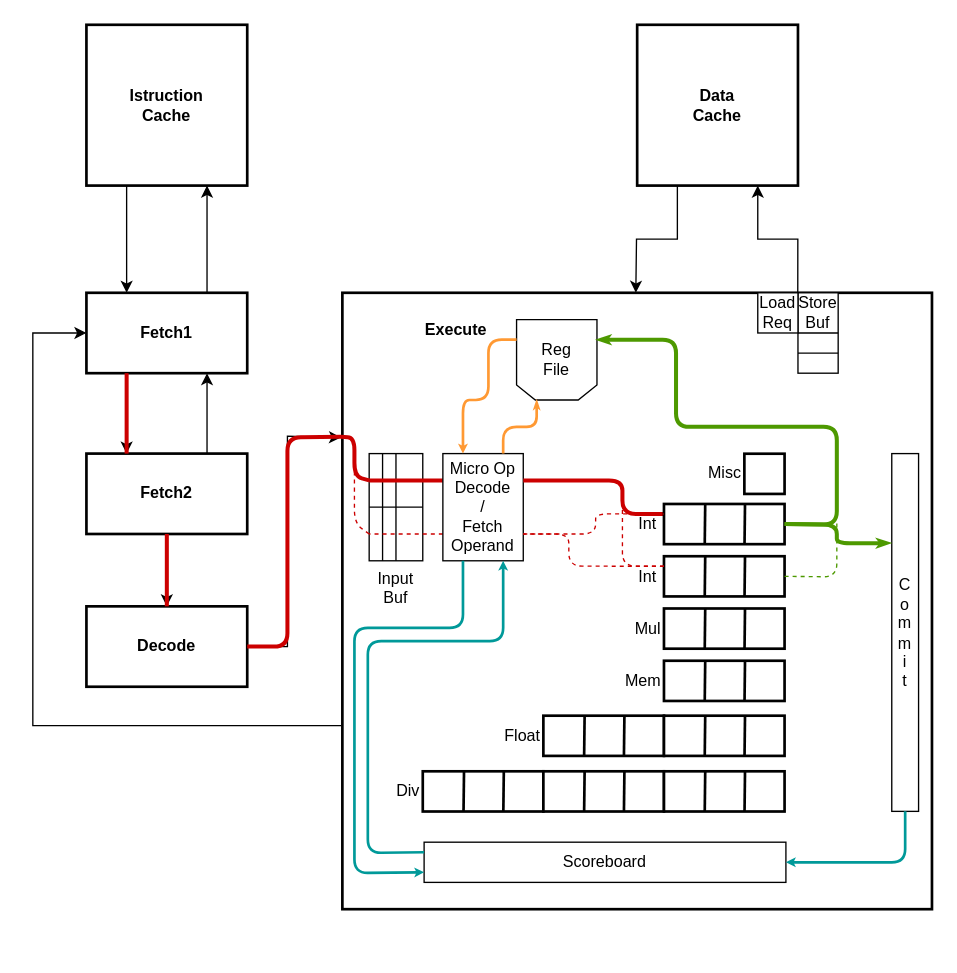
Before: Diagrammi/MinorArmIntOp.drawio in The90Frank/MinorArmAnalyzer, a draw.io diagram. Source tidied: cells renumbered, new cells numbered last; positions are measured from the earlier drawing's top-left corner, leaving out a move shared by most shapes. Both pictures are drawn from the tidied source at 134%, with x=0, y=0 at pixel (32, 24).
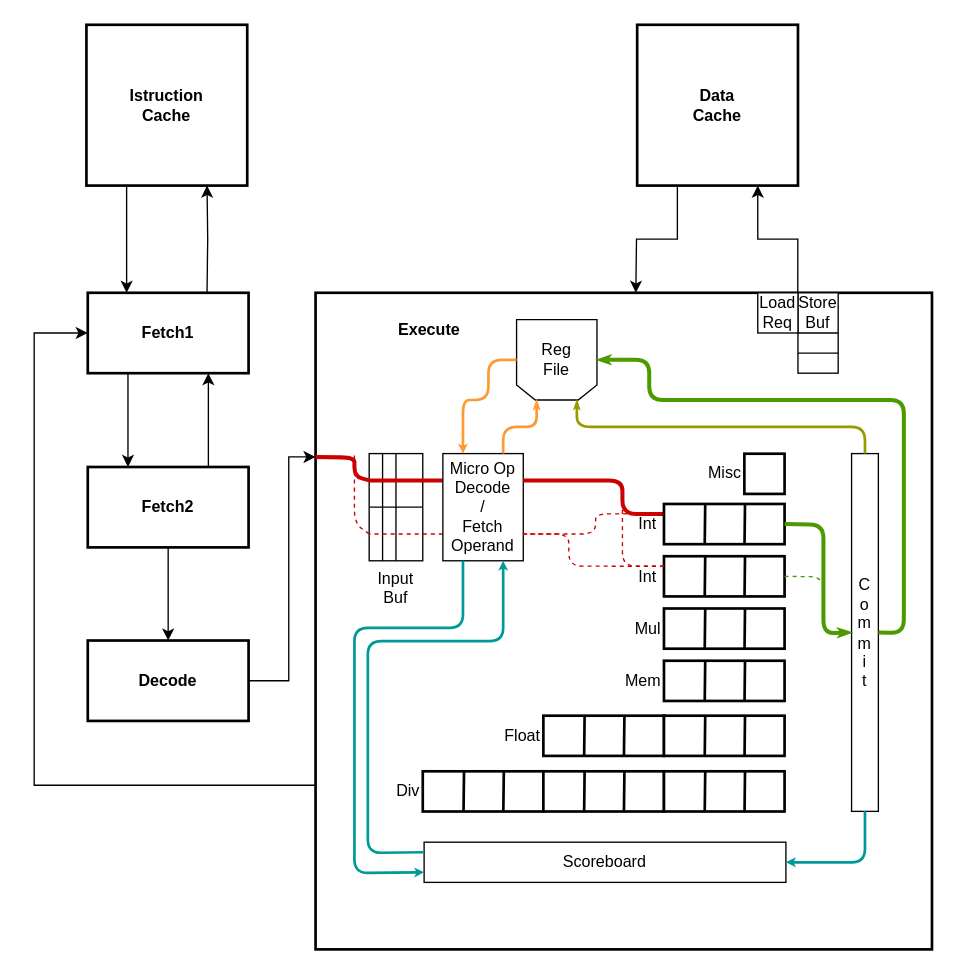
The same page after the edit.

The change refers to these unchanged cells:
```xml
<mxCell id="4" value="Scoreboard" style="rounded=0;whiteSpace=wrap;html=1;strokeWidth=1;" parent="1" vertex="1">
  <mxGeometry x="292" y="610" width="270" height="30" as="geometry" />
</mxCell>
<mxCell id="6" value="Istruction&lt;br&gt;Cache" style="rounded=0;whiteSpace=wrap;html=1;fontStyle=1;strokeWidth=2;" parent="1" vertex="1">
  <mxGeometry x="40" width="120" height="120" as="geometry" />
</mxCell>
<mxCell id="19" value="Int&amp;nbsp;" style="rounded=0;whiteSpace=wrap;html=1;align=right;labelPosition=left;verticalLabelPosition=middle;verticalAlign=middle;strokeWidth=2;" parent="1" vertex="1">
  <mxGeometry x="471" y="396.6" width="90" height="30" as="geometry" />
</mxCell>
<mxCell id="49" value="Input Buf" style="rounded=0;whiteSpace=wrap;html=1;align=center;labelPosition=center;verticalLabelPosition=bottom;verticalAlign=top;" parent="1" vertex="1">
  <mxGeometry x="251" y="320" width="40" height="80" as="geometry" />
</mxCell>
<mxCell id="52" style="shape=loopLimit;whiteSpace=wrap;html=1;align=left;rotation=180;size=14;" parent="1" vertex="1">
  <mxGeometry x="361" y="220" width="60" height="60" as="geometry" />
</mxCell>
<mxCell id="61" value="Micro Op&lt;br&gt;Decode&lt;br&gt;/&lt;br&gt;Fetch&lt;br&gt;Operand" style="rounded=0;whiteSpace=wrap;html=1;" parent="1" vertex="1">
  <mxGeometry x="306" y="320" width="60" height="80" as="geometry" />
</mxCell>
<mxCell id="65" value="Int&amp;nbsp;" style="rounded=0;whiteSpace=wrap;html=1;align=right;labelPosition=left;verticalLabelPosition=middle;verticalAlign=middle;strokeWidth=2;" parent="1" vertex="1">
  <mxGeometry x="471" y="357.6" width="90" height="30" as="geometry" />
</mxCell>
```

Change to the diagram source:
```diff
@@
+    <mxCell id="8" style="edgeStyle=orthogonalEdgeStyle;rounded=0;jettySize=auto;html=1;exitX=0.25;exitY=1;exitDx=0;exitDy=0;entryX=0.25;entryY=0;entryDx=0;entryDy=0;fontStyle=1;" parent="1" edge="1" source="9" target="12">
+      <mxGeometry relative="1" as="geometry" />
+    </mxCell>
+    <mxCell id="9" value="Fetch1" style="rounded=0;whiteSpace=wrap;html=1;fontStyle=1;strokeWidth=2;" parent="1" vertex="1">
+      <mxGeometry x="41" y="200" width="120" height="60" as="geometry" />
+    </mxCell>
+    <mxCell id="10" style="edgeStyle=orthogonalEdgeStyle;rounded=0;jettySize=auto;html=1;exitX=0.75;exitY=0;exitDx=0;exitDy=0;fontStyle=1;entryX=0.75;entryY=1;entryDx=0;entryDy=0;" parent="1" edge="1" source="12" target="9">
+      <mxGeometry relative="1" as="geometry" />
+    </mxCell>
+    <mxCell id="11" style="edgeStyle=orthogonalEdgeStyle;rounded=0;jettySize=auto;html=1;exitX=0.5;exitY=1;exitDx=0;exitDy=0;entryX=0.5;entryY=0;entryDx=0;entryDy=0;fontStyle=1;" parent="1" edge="1" source="12" target="14">
+      <mxGeometry relative="1" as="geometry" />
+    </mxCell>
+    <mxCell id="12" value="Fetch2" style="rounded=0;whiteSpace=wrap;html=1;fontStyle=1;strokeWidth=2;" parent="1" vertex="1">
+      <mxGeometry x="41" y="330" width="120" height="60" as="geometry" />
+    </mxCell>
+    <mxCell id="78" style="edgeStyle=orthogonalEdgeStyle;rounded=0;jettySize=auto;html=1;exitX=1;exitY=0.5;exitDx=0;exitDy=0;entryX=0;entryY=0.25;entryDx=0;entryDy=0;" parent="1" edge="1" source="14" target="2">
+      <mxGeometry relative="1" as="geometry">
+        <Array as="points">
+          <mxPoint x="191" y="490" />
+          <mxPoint x="191" y="323" />
+        </Array>
+      </mxGeometry>
+    </mxCell>
+    <mxCell id="14" value="&lt;span&gt;Decode&lt;/span&gt;" style="rounded=0;whiteSpace=wrap;html=1;fontStyle=1;strokeWidth=2;" parent="1" vertex="1">
+      <mxGeometry x="41" y="459.5" width="120" height="60" as="geometry" />
+    </mxCell>
+    <mxCell id="79" style="edgeStyle=orthogonalEdgeStyle;rounded=0;jettySize=auto;html=1;entryX=0;entryY=0.5;entryDx=0;entryDy=0;exitX=0;exitY=0.75;exitDx=0;exitDy=0;" parent="1" edge="1" source="2" target="9">
+      <mxGeometry relative="1" as="geometry">
+        <Array as="points">
+          <mxPoint x="1" y="568" />
+          <mxPoint x="1" y="230" />
+        </Array>
+      </mxGeometry>
+    </mxCell>
     <mxCell id="2" value="&amp;nbsp; &amp;nbsp; &amp;nbsp; &amp;nbsp; &amp;nbsp; &lt;br&gt;&amp;nbsp; &amp;nbsp; &amp;nbsp; &amp;nbsp; &amp;nbsp; &amp;nbsp; &amp;nbsp; &amp;nbsp; &amp;nbsp; &lt;b&gt;Execute&lt;/b&gt;" style="rounded=0;whiteSpace=wrap;html=1;verticalAlign=top;labelPosition=center;verticalLabelPosition=middle;align=left;strokeWidth=2;" parent="1" vertex="1">
-      <mxGeometry x="231" y="200" width="440" height="460" as="geometry" />
+      <mxGeometry x="211" y="200" width="460" height="490" as="geometry" />
     </mxCell>
     <mxCell id="3" value="C&lt;br&gt;o&lt;br&gt;m&lt;br&gt;m&lt;br&gt;i&lt;br&gt;t" style="rounded=0;whiteSpace=wrap;html=1;align=center;strokeWidth=1;" parent="1" vertex="1">
-      <mxGeometry x="641" y="320" width="20" height="267" as="geometry" />
+      <mxGeometry x="611" y="320" width="20" height="267" as="geometry" />
     </mxCell>
@@
-    <mxCell id="5" style="edgeStyle=orthogonalEdgeStyle;rounded=0;jettySize=auto;html=1;exitX=0.25;exitY=1;exitDx=0;exitDy=0;entryX=0.25;entryY=0;entryDx=0;entryDy=0;fontStyle=1;" parent="1" edge="1" source="6" target="9">
-      <mxGeometry relative="1" as="geometry" />
+    <mxCell id="5" style="edgeStyle=orthogonalEdgeStyle;rounded=0;jettySize=auto;html=1;exitX=0.25;exitY=1;exitDx=0;exitDy=0;entryX=0.25;entryY=0;entryDx=0;entryDy=0;fontStyle=1;" parent="1" edge="1" source="6">
+      <mxGeometry relative="1" as="geometry">
+        <mxPoint x="70" y="200" as="targetPoint" />
+      </mxGeometry>
     </mxCell>
@@
-    <mxCell id="7" style="edgeStyle=orthogonalEdgeStyle;rounded=0;jettySize=auto;html=1;exitX=0.75;exitY=0;exitDx=0;exitDy=0;entryX=0.75;entryY=1;entryDx=0;entryDy=0;fontStyle=1;" parent="1" edge="1" source="9" target="6">
-      <mxGeometry relative="1" as="geometry" />
+    <mxCell id="7" style="edgeStyle=orthogonalEdgeStyle;rounded=0;jettySize=auto;html=1;exitX=0.75;exitY=0;exitDx=0;exitDy=0;entryX=0.75;entryY=1;entryDx=0;entryDy=0;fontStyle=1;" parent="1" edge="1" target="6">
+      <mxGeometry relative="1" as="geometry">
+        <mxPoint x="130" y="200" as="sourcePoint" />
+      </mxGeometry>
     </mxCell>
-    <mxCell id="8" style="edgeStyle=orthogonalEdgeStyle;rounded=0;jettySize=auto;html=1;exitX=0.25;exitY=1;exitDx=0;exitDy=0;entryX=0.25;entryY=0;entryDx=0;entryDy=0;fontStyle=1;" parent="1" edge="1" source="9" target="12">
-      <mxGeometry relative="1" as="geometry" />
-    </mxCell>
-    <mxCell id="9" value="Fetch1" style="rounded=0;whiteSpace=wrap;html=1;fontStyle=1;strokeWidth=2;" parent="1" vertex="1">
-      <mxGeometry x="40" y="200" width="120" height="60" as="geometry" />
-    </mxCell>
-    <mxCell id="10" style="edgeStyle=orthogonalEdgeStyle;rounded=0;jettySize=auto;html=1;exitX=0.75;exitY=0;exitDx=0;exitDy=0;fontStyle=1;entryX=0.75;entryY=1;entryDx=0;entryDy=0;" parent="1" edge="1" source="12" target="9">
-      <mxGeometry relative="1" as="geometry" />
-    </mxCell>
-    <mxCell id="11" style="edgeStyle=orthogonalEdgeStyle;rounded=0;jettySize=auto;html=1;exitX=0.5;exitY=1;exitDx=0;exitDy=0;entryX=0.5;entryY=0;entryDx=0;entryDy=0;fontStyle=1;" parent="1" edge="1" source="12" target="14">
-      <mxGeometry relative="1" as="geometry" />
-    </mxCell>
-    <mxCell id="12" value="Fetch2" style="rounded=0;whiteSpace=wrap;html=1;fontStyle=1;strokeWidth=2;" parent="1" vertex="1">
-      <mxGeometry x="40" y="320" width="120" height="60" as="geometry" />
-    </mxCell>
-    <mxCell id="13" style="edgeStyle=orthogonalEdgeStyle;rounded=0;jettySize=auto;html=1;exitX=1;exitY=0.5;exitDx=0;exitDy=0;entryX=0;entryY=0.25;entryDx=0;entryDy=0;" parent="1" edge="1" source="14">
-      <mxGeometry relative="1" as="geometry">
-        <mxPoint x="230" y="308" as="targetPoint" />
-        <Array as="points">
-          <mxPoint x="190" y="464" />
-          <mxPoint x="190" y="307" />
-        </Array>
-      </mxGeometry>
-    </mxCell>
-    <mxCell id="14" value="&lt;span&gt;Decode&lt;/span&gt;" style="rounded=0;whiteSpace=wrap;html=1;fontStyle=1;strokeWidth=2;" parent="1" vertex="1">
-      <mxGeometry x="40" y="434" width="120" height="60" as="geometry" />
-    </mxCell>
@@
-    <mxCell id="16" style="edgeStyle=orthogonalEdgeStyle;rounded=0;jettySize=auto;html=1;entryX=0;entryY=0.5;entryDx=0;entryDy=0;exitX=0;exitY=0.75;exitDx=0;exitDy=0;" parent="1" edge="1" target="9">
-      <mxGeometry relative="1" as="geometry">
-        <mxPoint x="230" y="523" as="sourcePoint" />
-        <Array as="points">
-          <mxPoint y="523" />
-          <mxPoint y="230" />
-        </Array>
-      </mxGeometry>
-    </mxCell>
@@
-    <mxCell id="54" style="endArrow=none;html=1;strokeColor=#CC0000;strokeWidth=3;exitX=0.25;exitY=0;exitDx=0;exitDy=0;" parent="1" edge="1" source="12">
-      <mxGeometry relative="1" as="geometry">
-        <mxPoint x="70" y="260" as="targetPoint" />
-      </mxGeometry>
-    </mxCell>
-    <mxCell id="55" style="endArrow=none;html=1;strokeColor=#CC0000;strokeWidth=3;entryX=0.5;entryY=1;entryDx=0;entryDy=0;exitX=0.5;exitY=0;exitDx=0;exitDy=0;" parent="1" edge="1" source="14" target="12">
-      <mxGeometry relative="1" as="geometry" />
-    </mxCell>
-    <mxCell id="56" style="endArrow=none;html=1;strokeColor=#CC0000;strokeWidth=3;entryX=1;entryY=0.5;entryDx=0;entryDy=0;exitX=0;exitY=0.25;exitDx=0;exitDy=0;" parent="1" edge="1" target="14">
-      <mxGeometry relative="1" as="geometry">
-        <mxPoint x="230" y="307.5" as="sourcePoint" />
-        <Array as="points">
-          <mxPoint x="190" y="308" />
-          <mxPoint x="190" y="464" />
-        </Array>
-      </mxGeometry>
-    </mxCell>
-    <mxCell id="57" style="endArrow=none;html=1;strokeColor=#CC0000;strokeWidth=3;entryX=0;entryY=0.25;entryDx=0;entryDy=0;exitX=0;exitY=0.25;exitDx=0;exitDy=0;" parent="1" edge="1" source="49">
+    <mxCell id="57" style="endArrow=none;html=1;strokeColor=#CC0000;strokeWidth=3;exitX=0;exitY=0.25;exitDx=0;exitDy=0;entryX=0;entryY=0.25;entryDx=0;entryDy=0;" parent="1" edge="1" source="49" target="2">
       <mxGeometry relative="1" as="geometry">
-        <mxPoint x="230" y="307.5" as="targetPoint" />
         <Array as="points">
           <mxPoint x="240" y="337" />
-          <mxPoint x="240" y="308" />
+          <mxPoint x="240" y="323" />
         </Array>
       </mxGeometry>
     </mxCell>
@@
-    <mxCell id="63" style="endArrow=classic;html=1;strokeColor=#FF9933;strokeWidth=2;endSize=1;entryX=0.25;entryY=0;entryDx=0;entryDy=0;exitX=1;exitY=0.75;exitDx=0;exitDy=0;" parent="1" edge="1" source="52" target="61">
+    <mxCell id="63" style="endArrow=classic;html=1;strokeColor=#FF9933;strokeWidth=2;endSize=1;entryX=0.25;entryY=0;entryDx=0;entryDy=0;exitX=1;exitY=0.5;exitDx=0;exitDy=0;" parent="1" edge="1" source="52" target="61">
       <mxGeometry relative="1" as="geometry">
         <Array as="points">
-          <mxPoint x="340" y="235" />
+          <mxPoint x="340" y="250" />
           <mxPoint x="340" y="280" />
           <mxPoint x="321" y="280" />
         </Array>
       </mxGeometry>
     </mxCell>
@@
-    <mxCell id="71" style="endArrow=classicThin;html=1;strokeColor=#4D9900;strokeWidth=3;endSize=1;startSize=1;endFill=1;entryX=0;entryY=0.75;entryDx=0;entryDy=0;exitX=1;exitY=0.5;exitDx=0;exitDy=0;" parent="1" edge="1" source="65" target="52">
+    <mxCell id="71" style="endArrow=classicThin;html=1;strokeColor=#999900;strokeWidth=2;endSize=1;startSize=1;endFill=1;entryX=0.25;entryY=0;entryDx=0;entryDy=0;exitX=0.5;exitY=0;exitDx=0;exitDy=0;" parent="1" edge="1" source="3" target="52">
       <mxGeometry relative="1" as="geometry">
         <Array as="points">
-          <mxPoint x="600" y="373" />
+          <mxPoint x="621" y="300" />
           <mxPoint x="600" y="300" />
           <mxPoint x="480" y="300" />
-          <mxPoint x="480" y="235" />
+          <mxPoint x="406" y="300" />
         </Array>
       </mxGeometry>
     </mxCell>
-    <mxCell id="72" style="endArrow=classicThin;html=1;strokeColor=#4D9900;strokeWidth=3;endFill=1;startSize=4;endSize=1;entryX=0;entryY=0.25;entryDx=0;entryDy=0;exitX=1;exitY=0.5;exitDx=0;exitDy=0;" parent="1" edge="1" source="65">
+    <mxCell id="72" style="endArrow=classicThin;html=1;strokeColor=#4D9900;strokeWidth=3;endFill=1;startSize=4;endSize=1;entryX=0;entryY=0.5;entryDx=0;entryDy=0;exitX=1;exitY=0.5;exitDx=0;exitDy=0;" parent="1" edge="1" source="65" target="3">
       <mxGeometry relative="1" as="geometry">
-        <mxPoint x="640" y="386.8" as="targetPoint" />
         <Array as="points">
-          <mxPoint x="600" y="373" />
-          <mxPoint x="600" y="387" />
+          <mxPoint x="590" y="373" />
+          <mxPoint x="590" y="454" />
         </Array>
       </mxGeometry>
     </mxCell>
     <mxCell id="73" style="endArrow=none;dashed=1;html=1;strokeColor=#4D9900;strokeWidth=1;endFill=0;startSize=4;endSize=3;exitX=1;exitY=0.5;exitDx=0;exitDy=0;" parent="1" edge="1" source="19">
       <mxGeometry relative="1" as="geometry">
-        <mxPoint x="600" y="370" as="targetPoint" />
+        <mxPoint x="590" y="440" as="targetPoint" />
         <Array as="points">
-          <mxPoint x="600" y="412" />
+          <mxPoint x="590" y="412" />
         </Array>
       </mxGeometry>
     </mxCell>
@@
     <mxCell id="77" style="endArrow=classic;html=1;strokeColor=#009999;entryX=1;entryY=0.5;entryDx=0;entryDy=0;exitX=0.5;exitY=1;exitDx=0;exitDy=0;strokeWidth=2;startSize=3;endSize=1;" parent="1" edge="1" source="3" target="4">
       <mxGeometry relative="1" as="geometry">
         <Array as="points">
-          <mxPoint x="651" y="625" />
+          <mxPoint x="621" y="625" />
         </Array>
       </mxGeometry>
     </mxCell>
+    <mxCell id="80" style="endArrow=classicThin;html=1;strokeColor=#4D9900;strokeWidth=3;endFill=1;startSize=4;endSize=1;exitX=1;exitY=0.5;exitDx=0;exitDy=0;entryX=0;entryY=0.5;entryDx=0;entryDy=0;" parent="1" edge="1" source="3" target="52">
+      <mxGeometry relative="1" as="geometry">
+        <Array as="points">
+          <mxPoint x="650" y="454" />
+          <mxPoint x="650" y="280" />
+          <mxPoint x="460" y="280" />
+          <mxPoint x="460" y="250" />
+        </Array>
+      </mxGeometry>
+    </mxCell>
```
